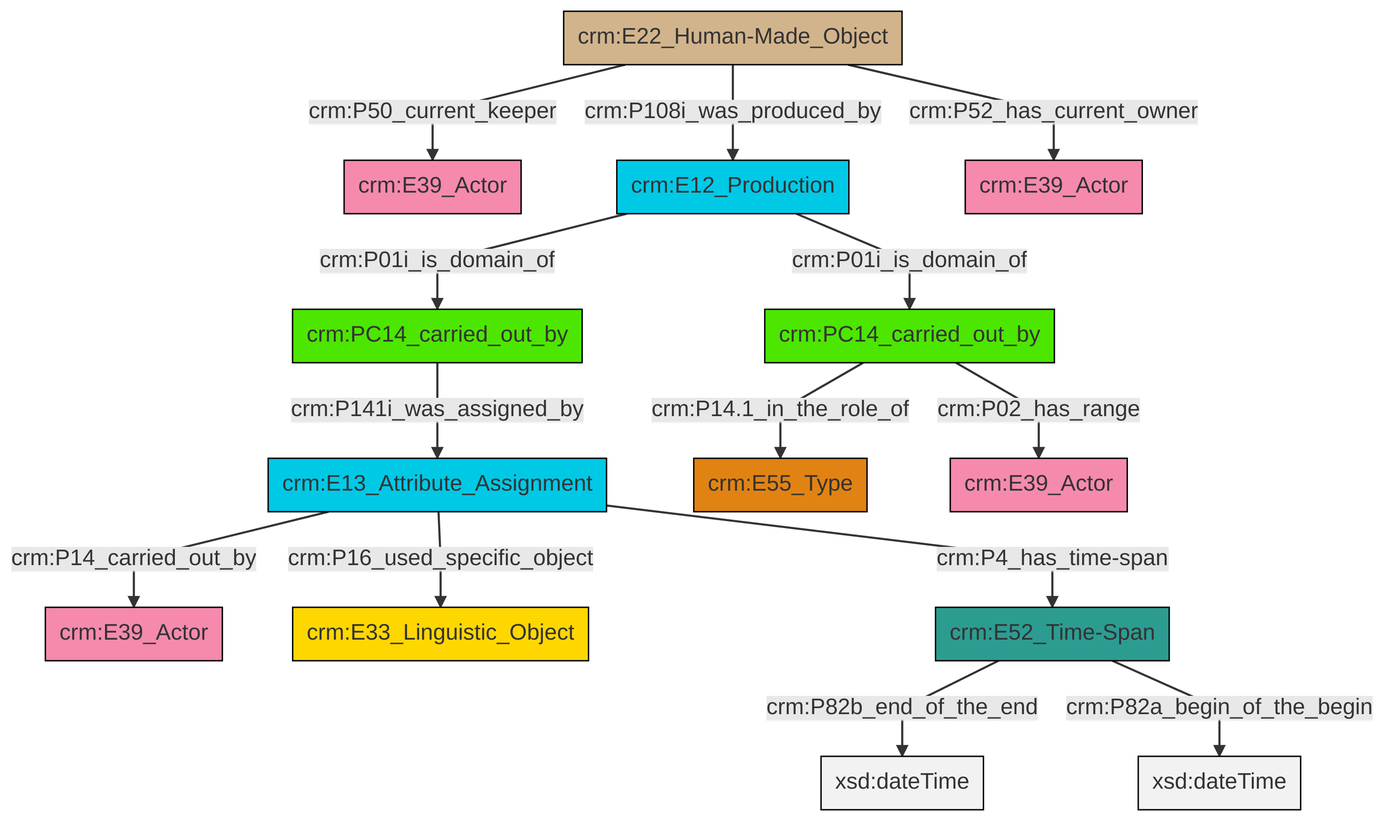
swiss-art-research-net/docs.swissartresearch keeps this Mermaid diagram as et/carrierCSV/ttl/mmd/png/carrier_relations.png. Above is the earlier version. Its source is kept beside it as et/carrierCSV/ttl/mmd/carrier_relations.ttl.mmd.
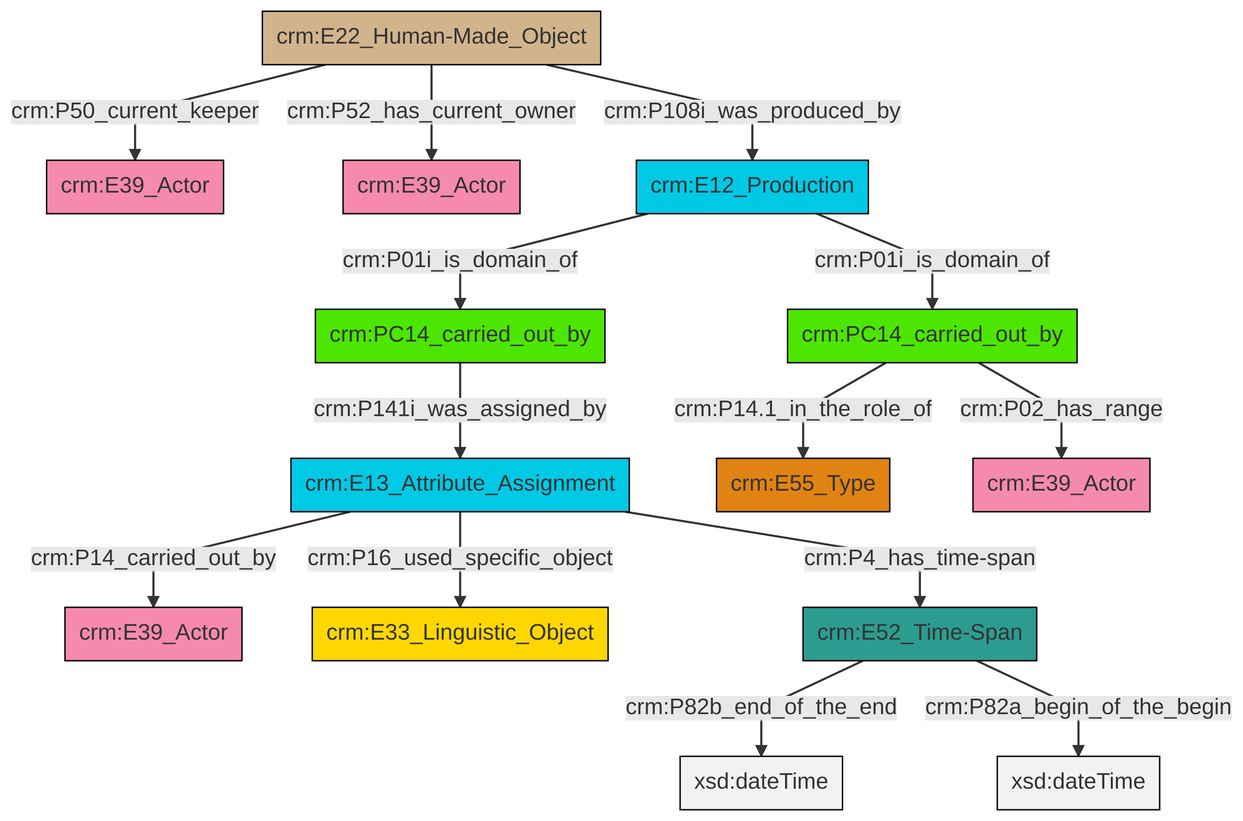
After the change.

Change to the diagram source:
```diff
@@ -13,16 +13,16 @@
 classDef PC_Classes fill:#4ce600, stroke:#000000;
 classDef Multi fill:#cccccc,stroke:#000000;
 
-2["crm:E13_Attribute_Assignment"]:::Temporal_Entity -->|crm:P14_carried_out_by| 0["crm:E39_Actor"]:::Actor
-2["crm:E13_Attribute_Assignment"]:::Temporal_Entity -->|crm:P16_used_specific_object| 3["crm:E33_Linguistic_Object"]:::Conceptual_Object
-4["crm:E22_Human-Made_Object"]:::Physical_Thing -->|crm:P50_current_keeper| 5["crm:E39_Actor"]:::Actor
-2["crm:E13_Attribute_Assignment"]:::Temporal_Entity -->|crm:P4_has_time-span| 8["crm:E52_Time-Span"]:::Time-Span
-9["crm:PC14_carried_out_by"]:::PC_Classes -->|crm:P141i_was_assigned_by| 2["crm:E13_Attribute_Assignment"]:::Temporal_Entity
-14["crm:PC14_carried_out_by"]:::PC_Classes -->|crm:P14.1_in_the_role_of| 15["crm:E55_Type"]:::Type
-6["crm:E12_Production"]:::Temporal_Entity -->|crm:P01i_is_domain_of| 9["crm:PC14_carried_out_by"]:::PC_Classes
-4["crm:E22_Human-Made_Object"]:::Physical_Thing -->|crm:P52_has_current_owner| 12["crm:E39_Actor"]:::Actor
-14["crm:PC14_carried_out_by"]:::PC_Classes -->|crm:P02_has_range| 20["crm:E39_Actor"]:::Actor
-4["crm:E22_Human-Made_Object"]:::Physical_Thing -->|crm:P108i_was_produced_by| 6["crm:E12_Production"]:::Temporal_Entity
-8["crm:E52_Time-Span"]:::Time-Span -->|crm:P82b_end_of_the_end| 24[xsd:dateTime]:::Literal
-8["crm:E52_Time-Span"]:::Time-Span -->|crm:P82a_begin_of_the_begin| 25[xsd:dateTime]:::Literal
-6["crm:E12_Production"]:::Temporal_Entity -->|crm:P01i_is_domain_of| 14["crm:PC14_carried_out_by"]:::PC_Classes
+2["crm:PC14_carried_out_by"]:::PC_Classes -->|crm:P141i_was_assigned_by| 3["crm:E13_Attribute_Assignment"]:::Temporal_Entity
+0["crm:E22_Human-Made_Object"]:::Physical_Thing -->|crm:P50_current_keeper| 6["crm:E39_Actor"]:::Actor
+0["crm:E22_Human-Made_Object"]:::Physical_Thing -->|crm:P52_has_current_owner| 7["crm:E39_Actor"]:::Actor
+3["crm:E13_Attribute_Assignment"]:::Temporal_Entity -->|crm:P14_carried_out_by| 8["crm:E39_Actor"]:::Actor
+12["crm:E12_Production"]:::Temporal_Entity -->|crm:P01i_is_domain_of| 14["crm:PC14_carried_out_by"]:::PC_Classes
+3["crm:E13_Attribute_Assignment"]:::Temporal_Entity -->|crm:P16_used_specific_object| 16["crm:E33_Linguistic_Object"]:::Conceptual_Object
+12["crm:E12_Production"]:::Temporal_Entity -->|crm:P01i_is_domain_of| 2["crm:PC14_carried_out_by"]:::PC_Classes
+17["crm:E52_Time-Span"]:::Time-Span -->|crm:P82b_end_of_the_end| 21[xsd:dateTime]:::Literal
+14["crm:PC14_carried_out_by"]:::PC_Classes -->|crm:P02_has_range| 10["crm:E39_Actor"]:::Actor
+0["crm:E22_Human-Made_Object"]:::Physical_Thing -->|crm:P108i_was_produced_by| 12["crm:E12_Production"]:::Temporal_Entity
+3["crm:E13_Attribute_Assignment"]:::Temporal_Entity -->|crm:P4_has_time-span| 17["crm:E52_Time-Span"]:::Time-Span
+17["crm:E52_Time-Span"]:::Time-Span -->|crm:P82a_begin_of_the_begin| 25[xsd:dateTime]:::Literal
+14["crm:PC14_carried_out_by"]:::PC_Classes -->|crm:P14.1_in_the_role_of| 4["crm:E55_Type"]:::Type
```
